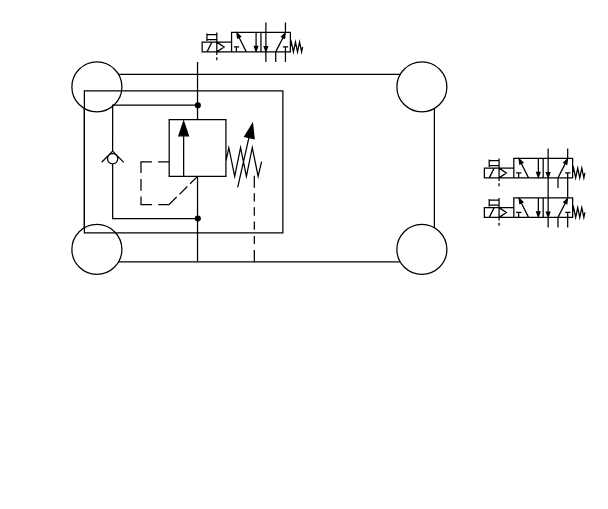
Earlier version of the draw.io diagram page "Page-1" (1 of 2) of cool people things/drawio.drawio (Meiscool125/portfolio-website). Source tidied: cells renumbered, new cells numbered last; positions are measured from the earlier drawing's top-left corner, leaving out a move shared by most shapes. Both pictures are drawn from the tidied source at 125%, with x=0, y=0 at pixel (71, 21).
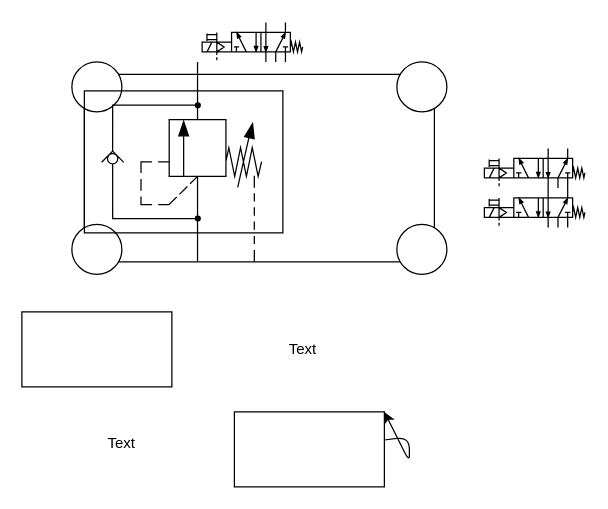
The same page after the edit.

Change to the diagram source:
```diff
@@
 <mxGraphModel>
   <root>
     <mxCell id="0" />
     <mxCell id="1" parent="0" />
     <mxCell id="2" style="rounded=0;whiteSpace=wrap;html=1;" parent="1" vertex="1">
       <mxGeometry x="10" y="42" width="280" height="150" as="geometry" />
     </mxCell>
     <mxCell id="3" style="ellipse;whiteSpace=wrap;html=1;" parent="1" vertex="1">
       <mxGeometry y="32" width="40" height="40" as="geometry" />
     </mxCell>
     <mxCell id="4" style="ellipse;whiteSpace=wrap;html=1;" parent="1" vertex="1">
       <mxGeometry x="260" y="162" width="40" height="40" as="geometry" />
     </mxCell>
     <mxCell id="5" style="ellipse;whiteSpace=wrap;html=1;" parent="1" vertex="1">
       <mxGeometry y="162" width="40" height="40" as="geometry" />
     </mxCell>
     <mxCell id="6" style="ellipse;whiteSpace=wrap;html=1;" parent="1" vertex="1">
       <mxGeometry x="260" y="32" width="40" height="40" as="geometry" />
     </mxCell>
     <mxCell id="7" style="verticalLabelPosition=bottom;html=1;verticalAlign=top;fillColor=strokeColor;align=center;shape=mxgraph.fluid_power.x10430;" parent="1" vertex="1">
       <mxGeometry x="330" y="132.8" width="80.4" height="31.6" as="geometry" />
     </mxCell>
     <mxCell id="8" style="verticalLabelPosition=bottom;html=1;verticalAlign=top;fillColor=strokeColor;align=center;shape=mxgraph.fluid_power.x10520;" parent="1" vertex="1">
       <mxGeometry x="10" y="32" width="158.8" height="160" as="geometry" />
     </mxCell>
     <mxCell id="9" style="verticalLabelPosition=bottom;html=1;verticalAlign=top;fillColor=strokeColor;align=center;shape=mxgraph.fluid_power.x10430;" parent="1" vertex="1">
       <mxGeometry x="330" y="101.2" width="80.4" height="31.6" as="geometry" />
     </mxCell>
     <mxCell id="10" style="verticalLabelPosition=bottom;html=1;verticalAlign=top;fillColor=strokeColor;align=center;shape=mxgraph.fluid_power.x10430;" parent="1" vertex="1">
       <mxGeometry x="104.2" y="0.4" width="80.4" height="31.6" as="geometry" />
     </mxCell>
+    <mxCell id="11" style="rounded=0;whiteSpace=wrap;html=1;" parent="1" vertex="1">
+      <mxGeometry x="-40" y="232" width="120" height="60" as="geometry" />
+    </mxCell>
+    <mxCell id="12" style="rounded=0;whiteSpace=wrap;html=1;" parent="1" vertex="1">
+      <mxGeometry x="130" y="312" width="120" height="60" as="geometry" />
+    </mxCell>
+    <mxCell id="13" value="Text" style="text;html=1;strokeColor=none;fillColor=none;align=center;verticalAlign=middle;whiteSpace=wrap;rounded=0;" parent="1" vertex="1">
+      <mxGeometry x="155" y="247" width="60" height="30" as="geometry" />
+    </mxCell>
+    <mxCell id="14" value="Text" style="text;html=1;strokeColor=none;fillColor=none;align=center;verticalAlign=middle;whiteSpace=wrap;rounded=0;" parent="1" vertex="1">
+      <mxGeometry x="10" y="322" width="60" height="30" as="geometry" />
+    </mxCell>
+    <mxCell id="15" style="edgeStyle=none;html=1;entryX=1;entryY=0;entryDx=0;entryDy=0;" parent="1" edge="1" source="12" target="12">
+      <mxGeometry relative="1" as="geometry" />
+    </mxCell>
   </root>
 </mxGraphModel>
```
